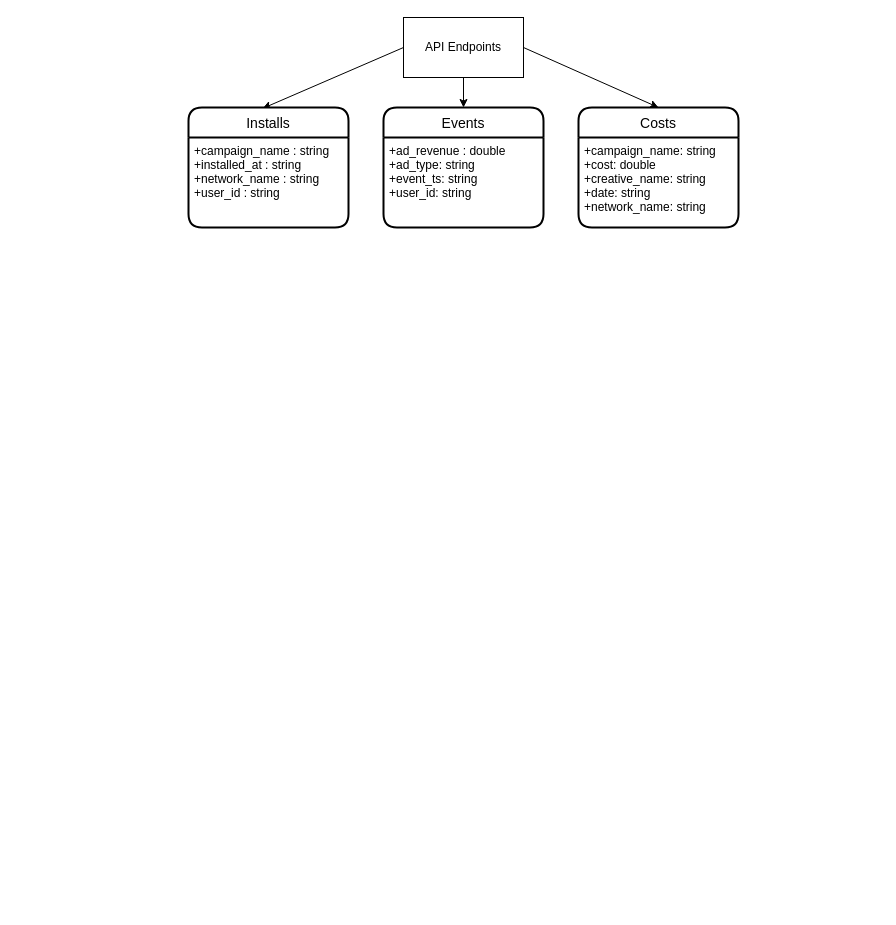
The draw.io diagram architecture_diagram/architecture.drawio in MehmetAliAydogan/apps_case_study, before the edit. Source tidied: cells renumbered, new cells numbered last; positions are measured from the earlier drawing's top-left corner, leaving out a move shared by most shapes. Both pictures are drawn from the tidied source at 100%, with x=0, y=0 at pixel (188, 17).
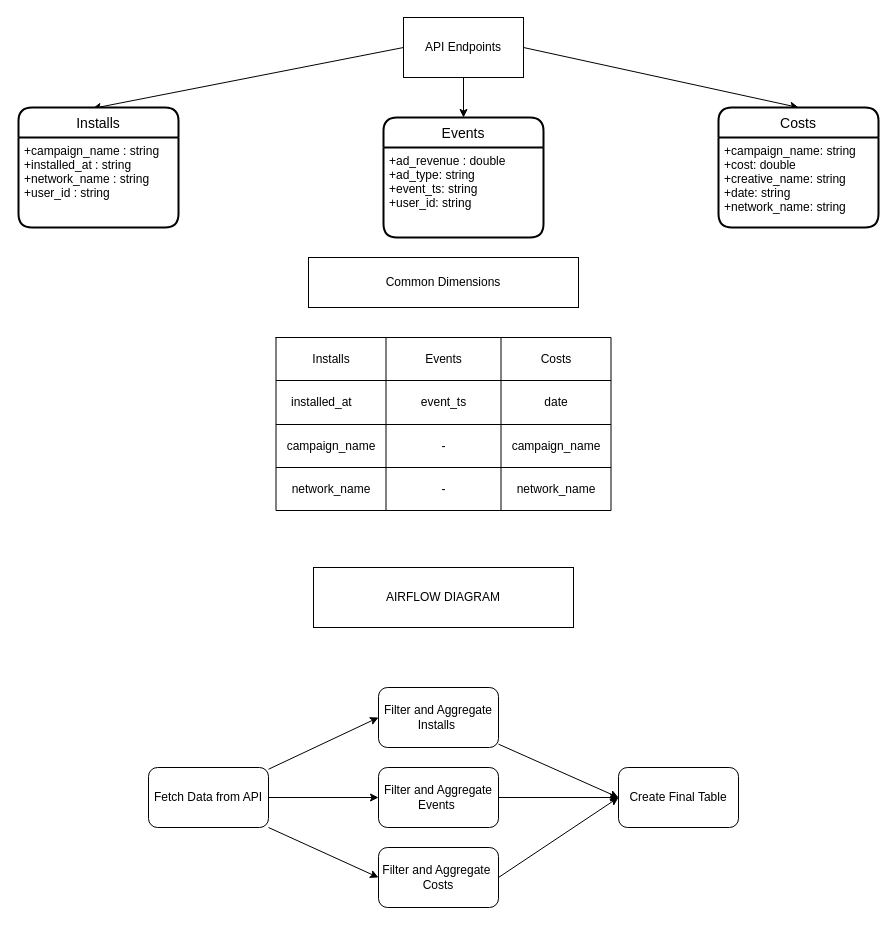
After the change.

Commit message (it also covers changes not shown here):
finish diagram and change the events to use pandas library

What changed in the source:
```diff
@@
     <mxCell id="6" value="Installs" style="swimlane;horizontal=1;startSize=30;rounded=1;fontSize=14;fontStyle=0;strokeWidth=2;shadow=0;dashed=0;align=center;" parent="1" vertex="1">
-      <mxGeometry y="90" width="160" height="120" as="geometry" />
+      <mxGeometry x="-170" y="90" width="160" height="120" as="geometry" />
     </mxCell>
@@
     <mxCell id="8" value="Events" style="swimlane;horizontal=1;startSize=30;rounded=1;fontSize=14;fontStyle=0;strokeWidth=2;shadow=0;dashed=0;align=center;" parent="1" vertex="1">
-      <mxGeometry x="195" y="90" width="160" height="120" as="geometry" />
+      <mxGeometry x="195" y="100" width="160" height="120" as="geometry" />
     </mxCell>
@@
     <mxCell id="10" value="Costs" style="swimlane;horizontal=1;startSize=30;rounded=1;fontSize=14;fontStyle=0;strokeWidth=2;shadow=0;dashed=0;align=center;" parent="1" vertex="1">
-      <mxGeometry x="390" y="90" width="160" height="120" as="geometry" />
+      <mxGeometry x="530" y="90" width="160" height="120" as="geometry" />
     </mxCell>
@@
+    <mxCell id="12" value="AIRFLOW DIAGRAM" style="rounded=0;whiteSpace=wrap;html=1;" parent="1" vertex="1">
+      <mxGeometry x="125" y="550" width="260" height="60" as="geometry" />
+    </mxCell>
+    <mxCell id="13" style="shape=table;html=1;whiteSpace=wrap;startSize=0;childLayout=tableLayout;" parent="1" vertex="1">
+      <mxGeometry x="87.5" y="320" width="335" height="173" as="geometry" />
+    </mxCell>
+    <mxCell id="14" style="shape=tableRow;horizontal=0;startSize=0;swimlaneHead=0;swimlaneBody=0;top=0;left=0;bottom=0;right=0;fillColor=none;" parent="13" vertex="1">
+      <mxGeometry width="335" height="43" as="geometry" />
+    </mxCell>
+    <mxCell id="15" value="Installs" style="shape=partialRectangle;html=1;whiteSpace=wrap;fillColor=none;top=0;left=0;bottom=0;right=0;overflow=hidden;" parent="14" vertex="1">
+      <mxGeometry width="110" height="43" as="geometry" />
+    </mxCell>
+    <mxCell id="16" value="Events" style="shape=partialRectangle;html=1;whiteSpace=wrap;fillColor=none;top=0;left=0;bottom=0;right=0;overflow=hidden;" parent="14" vertex="1">
+      <mxGeometry x="110" width="115" height="43" as="geometry" />
+    </mxCell>
+    <mxCell id="17" value="Costs" style="shape=partialRectangle;html=1;whiteSpace=wrap;fillColor=none;top=0;left=0;bottom=0;right=0;overflow=hidden;" parent="14" vertex="1">
+      <mxGeometry x="225" width="110" height="43" as="geometry" />
+    </mxCell>
+    <mxCell id="18" style="shape=tableRow;horizontal=0;startSize=0;swimlaneHead=0;swimlaneBody=0;top=0;left=0;bottom=0;right=0;fillColor=none;" parent="13" vertex="1">
+      <mxGeometry y="43" width="335" height="44" as="geometry" />
+    </mxCell>
+    <mxCell id="19" value="installed_at&lt;span style=&quot;white-space: pre;&quot;&gt;&#9;&lt;/span&gt;" style="shape=partialRectangle;html=1;whiteSpace=wrap;fillColor=none;top=0;left=0;bottom=0;right=0;overflow=hidden;" parent="18" vertex="1">
+      <mxGeometry width="110" height="44" as="geometry" />
+    </mxCell>
+    <mxCell id="20" value="event_ts" style="shape=partialRectangle;html=1;whiteSpace=wrap;fillColor=none;top=0;left=0;bottom=0;right=0;overflow=hidden;" parent="18" vertex="1">
+      <mxGeometry x="110" width="115" height="44" as="geometry" />
+    </mxCell>
+    <mxCell id="21" value="date" style="shape=partialRectangle;html=1;whiteSpace=wrap;fillColor=none;top=0;left=0;bottom=0;right=0;overflow=hidden;" parent="18" vertex="1">
+      <mxGeometry x="225" width="110" height="44" as="geometry" />
+    </mxCell>
+    <mxCell id="22" style="shape=tableRow;horizontal=0;startSize=0;swimlaneHead=0;swimlaneBody=0;top=0;left=0;bottom=0;right=0;fillColor=none;" parent="13" vertex="1">
+      <mxGeometry y="87" width="335" height="43" as="geometry" />
+    </mxCell>
+    <mxCell id="23" value="campaign_name" style="shape=partialRectangle;html=1;whiteSpace=wrap;fillColor=none;top=0;left=0;bottom=0;right=0;overflow=hidden;" parent="22" vertex="1">
+      <mxGeometry width="110" height="43" as="geometry" />
+    </mxCell>
+    <mxCell id="24" value="-" style="shape=partialRectangle;html=1;whiteSpace=wrap;fillColor=none;top=0;left=0;bottom=0;right=0;overflow=hidden;" parent="22" vertex="1">
+      <mxGeometry x="110" width="115" height="43" as="geometry" />
+    </mxCell>
+    <mxCell id="25" value="campaign_name" style="shape=partialRectangle;html=1;whiteSpace=wrap;fillColor=none;top=0;left=0;bottom=0;right=0;overflow=hidden;" parent="22" vertex="1">
+      <mxGeometry x="225" width="110" height="43" as="geometry" />
+    </mxCell>
+    <mxCell id="26" style="shape=tableRow;horizontal=0;startSize=0;swimlaneHead=0;swimlaneBody=0;top=0;left=0;bottom=0;right=0;fillColor=none;" parent="13" vertex="1">
+      <mxGeometry y="130" width="335" height="43" as="geometry" />
+    </mxCell>
+    <mxCell id="27" value="network_name" style="shape=partialRectangle;html=1;whiteSpace=wrap;fillColor=none;top=0;left=0;bottom=0;right=0;overflow=hidden;" parent="26" vertex="1">
+      <mxGeometry width="110" height="43" as="geometry" />
+    </mxCell>
+    <mxCell id="28" value="-" style="shape=partialRectangle;html=1;whiteSpace=wrap;fillColor=none;top=0;left=0;bottom=0;right=0;overflow=hidden;" parent="26" vertex="1">
+      <mxGeometry x="110" width="115" height="43" as="geometry" />
+    </mxCell>
+    <mxCell id="29" value="network_name" style="shape=partialRectangle;html=1;whiteSpace=wrap;fillColor=none;top=0;left=0;bottom=0;right=0;overflow=hidden;" parent="26" vertex="1">
+      <mxGeometry x="225" width="110" height="43" as="geometry" />
+    </mxCell>
+    <mxCell id="30" value="Common Dimensions" style="rounded=0;whiteSpace=wrap;html=1;" parent="1" vertex="1">
+      <mxGeometry x="120" y="240" width="270" height="50" as="geometry" />
+    </mxCell>
+    <mxCell id="31" style="shape=partialRectangle;html=1;whiteSpace=wrap;fillColor=none;top=0;left=0;bottom=0;right=0;overflow=hidden;" parent="1" vertex="1">
+      <mxGeometry x="464" y="430" width="66" height="43" as="geometry" />
+    </mxCell>
+    <mxCell id="32" style="edgeStyle=none;html=1;" parent="1" edge="1" source="35">
+      <mxGeometry relative="1" as="geometry">
+        <mxPoint x="190" y="700" as="targetPoint" />
+      </mxGeometry>
+    </mxCell>
+    <mxCell id="33" style="edgeStyle=none;html=1;exitX=1;exitY=0.5;exitDx=0;exitDy=0;entryX=0;entryY=0.5;entryDx=0;entryDy=0;" parent="1" edge="1" source="35" target="40">
+      <mxGeometry relative="1" as="geometry" />
+    </mxCell>
+    <mxCell id="34" style="edgeStyle=none;html=1;exitX=1;exitY=1;exitDx=0;exitDy=0;entryX=0;entryY=0.5;entryDx=0;entryDy=0;" parent="1" edge="1" source="35" target="42">
+      <mxGeometry relative="1" as="geometry" />
+    </mxCell>
+    <mxCell id="35" value="Fetch Data from API" style="rounded=1;whiteSpace=wrap;html=1;" parent="1" vertex="1">
+      <mxGeometry x="-40" y="750" width="120" height="60" as="geometry" />
+    </mxCell>
+    <mxCell id="36" style="edgeStyle=none;html=1;entryX=0;entryY=0.5;entryDx=0;entryDy=0;" parent="1" edge="1" source="37" target="38">
+      <mxGeometry relative="1" as="geometry" />
+    </mxCell>
+    <mxCell id="37" value="Filter and Aggregate&lt;br&gt;Installs&amp;nbsp;" style="rounded=1;whiteSpace=wrap;html=1;" parent="1" vertex="1">
+      <mxGeometry x="190" y="670" width="120" height="60" as="geometry" />
+    </mxCell>
+    <mxCell id="38" value="Create Final Table" style="rounded=1;whiteSpace=wrap;html=1;" parent="1" vertex="1">
+      <mxGeometry x="430" y="750" width="120" height="60" as="geometry" />
+    </mxCell>
+    <mxCell id="39" style="edgeStyle=none;html=1;exitX=1;exitY=0.5;exitDx=0;exitDy=0;entryX=0;entryY=0.5;entryDx=0;entryDy=0;" parent="1" edge="1" source="40" target="38">
+      <mxGeometry relative="1" as="geometry" />
+    </mxCell>
+    <mxCell id="40" value="Filter and Aggregate&lt;br&gt;Events&amp;nbsp;" style="rounded=1;whiteSpace=wrap;html=1;" parent="1" vertex="1">
+      <mxGeometry x="190" y="750" width="120" height="60" as="geometry" />
+    </mxCell>
+    <mxCell id="41" style="edgeStyle=none;html=1;exitX=1;exitY=0.5;exitDx=0;exitDy=0;entryX=0;entryY=0.5;entryDx=0;entryDy=0;" parent="1" edge="1" source="42" target="38">
+      <mxGeometry relative="1" as="geometry" />
+    </mxCell>
+    <mxCell id="42" value="Filter and Aggregate&amp;nbsp;&lt;br&gt;Costs" style="rounded=1;whiteSpace=wrap;html=1;" parent="1" vertex="1">
+      <mxGeometry x="190" y="830" width="120" height="60" as="geometry" />
+    </mxCell>
```
